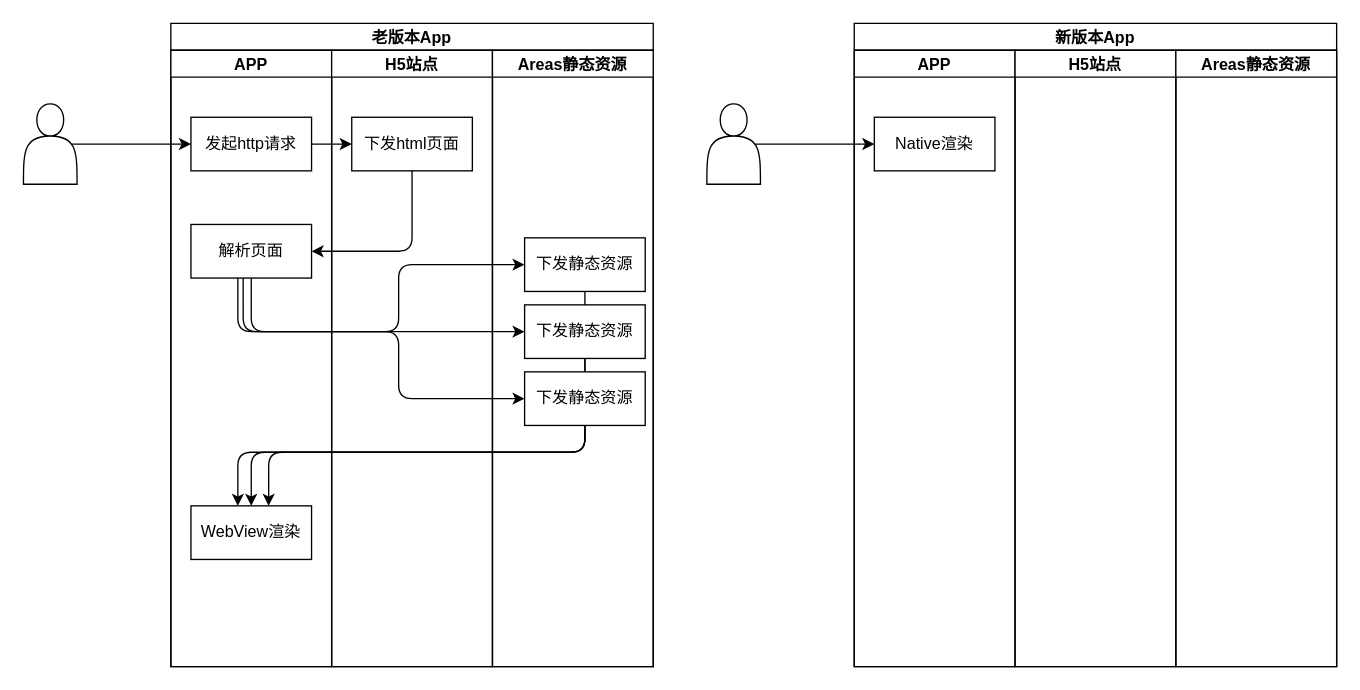
Above: page "Page-2" (1 of 4) of Untitled Diagram.drawio in zhang-Kilin/learn (draw.io), before the change. Source tidied: cells renumbered, new cells numbered last; positions are measured from the earlier drawing's top-left corner, leaving out a move shared by most shapes. Both pictures are drawn from the tidied source at 134%, with x=0, y=0 at pixel (23, 23).
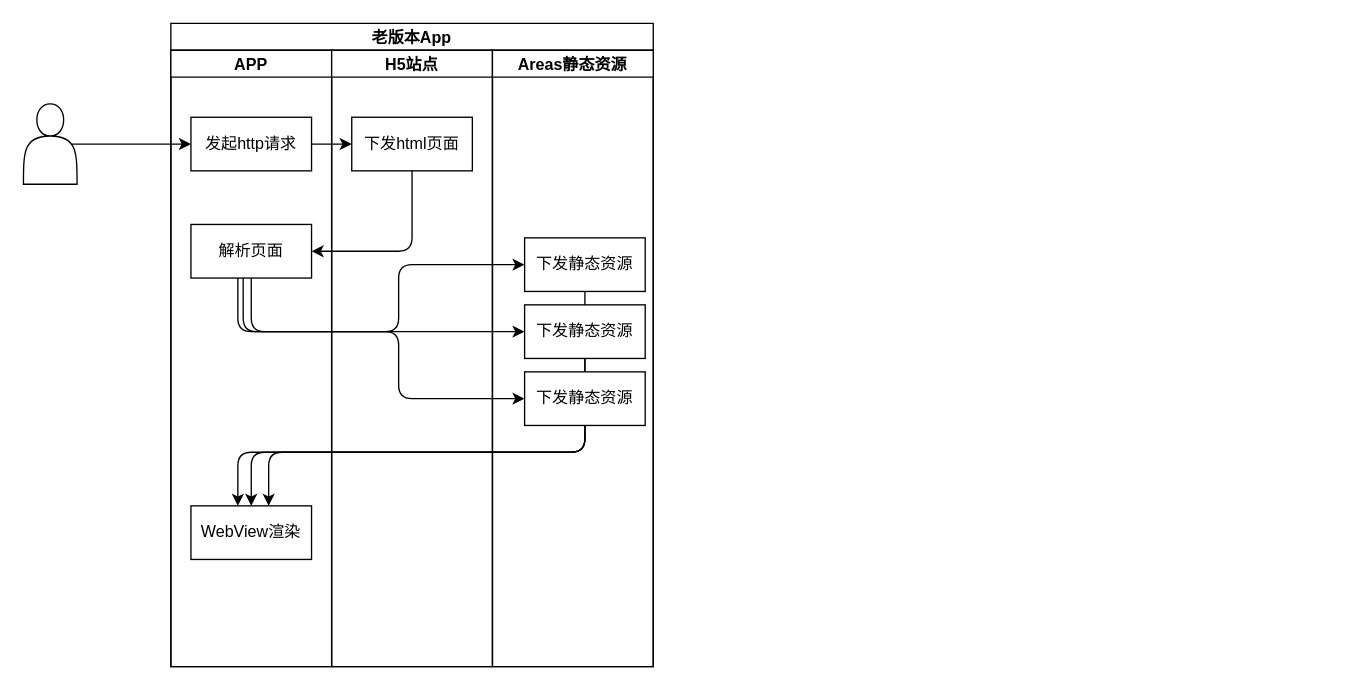
After the change.

Change to the diagram source:
```diff
@@
-    <mxCell id="23" value="新版本App" style="swimlane;startSize=20;" parent="1" vertex="1">
-      <mxGeometry x="620" width="360" height="480" as="geometry" />
-    </mxCell>
-    <mxCell id="24" value="APP" style="swimlane;startSize=20;" parent="23" vertex="1">
-      <mxGeometry y="20" width="120" height="460" as="geometry" />
-    </mxCell>
-    <mxCell id="25" value="Native渲染" style="rounded=0;whiteSpace=wrap;html=1;" parent="24" vertex="1">
-      <mxGeometry x="15" y="50" width="90" height="40" as="geometry" />
-    </mxCell>
-    <mxCell id="26" value="H5站点" style="swimlane;startSize=20;" parent="23" vertex="1">
-      <mxGeometry x="120" y="20" width="120" height="460" as="geometry" />
-    </mxCell>
-    <mxCell id="27" value="Areas静态资源" style="swimlane;startSize=20;" parent="23" vertex="1">
-      <mxGeometry x="240" y="20" width="120" height="460" as="geometry" />
-    </mxCell>
-    <mxCell id="28" style="shape=actor;whiteSpace=wrap;html=1;" parent="1" vertex="1">
-      <mxGeometry x="510" y="60" width="40" height="60" as="geometry" />
-    </mxCell>
-    <mxCell id="29" style="endArrow=classic;html=1;entryX=0;entryY=0.5;entryDx=0;entryDy=0;exitX=0.9;exitY=0.5;exitDx=0;exitDy=0;exitPerimeter=0;" parent="1" edge="1" source="28" target="25">
-      <mxGeometry relative="1" as="geometry" />
-    </mxCell>
```
